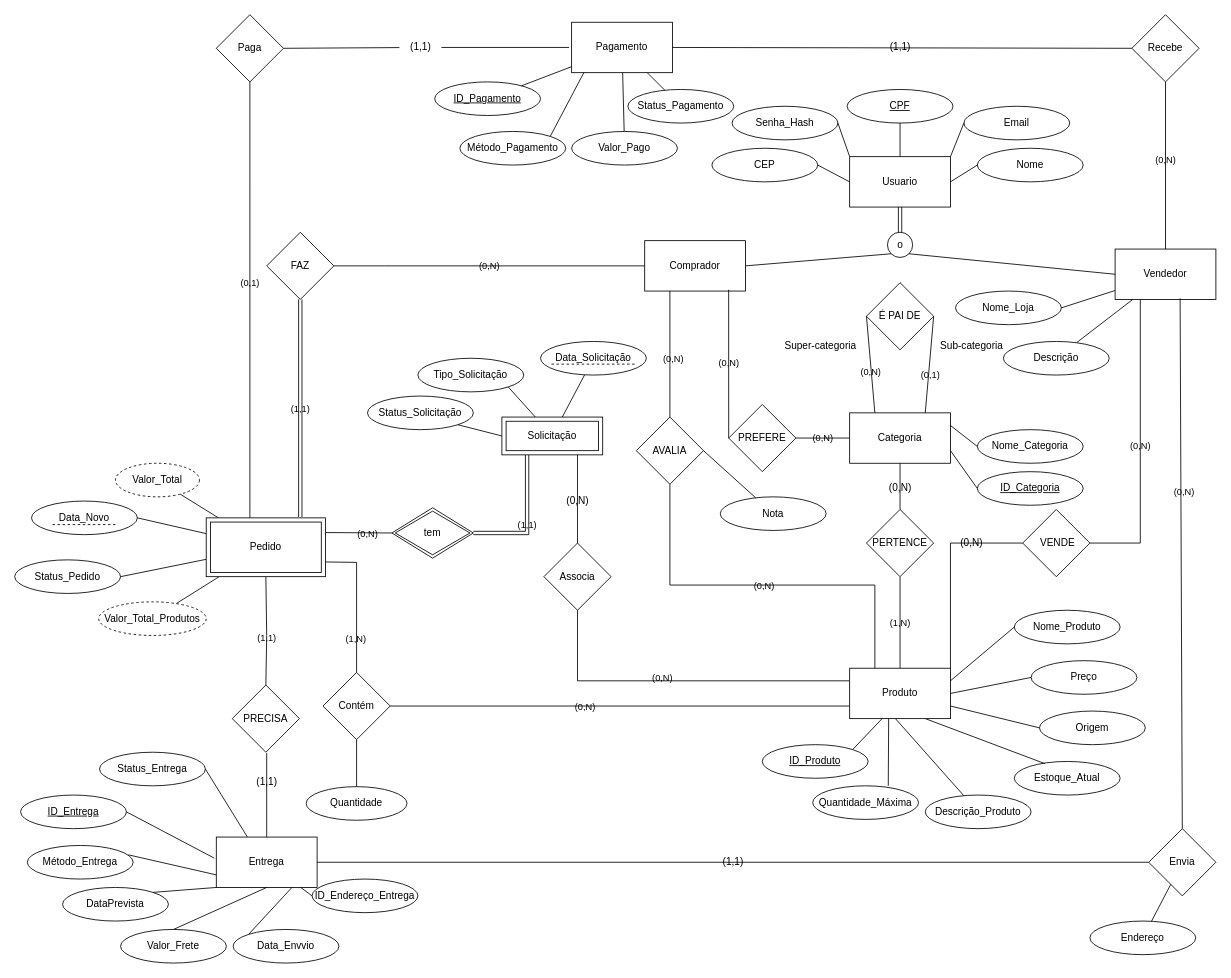
The draw.io diagram database/diagrams/DEER final (min,max).drawio in Sepakku/trabalho-final-bd1, before the edit. Source tidied: cells renumbered, new cells numbered last; positions are measured from the earlier drawing's top-left corner, leaving out a move shared by most shapes. Both pictures are drawn from the tidied source at 84%, with x=0, y=0 at pixel (14, 14).
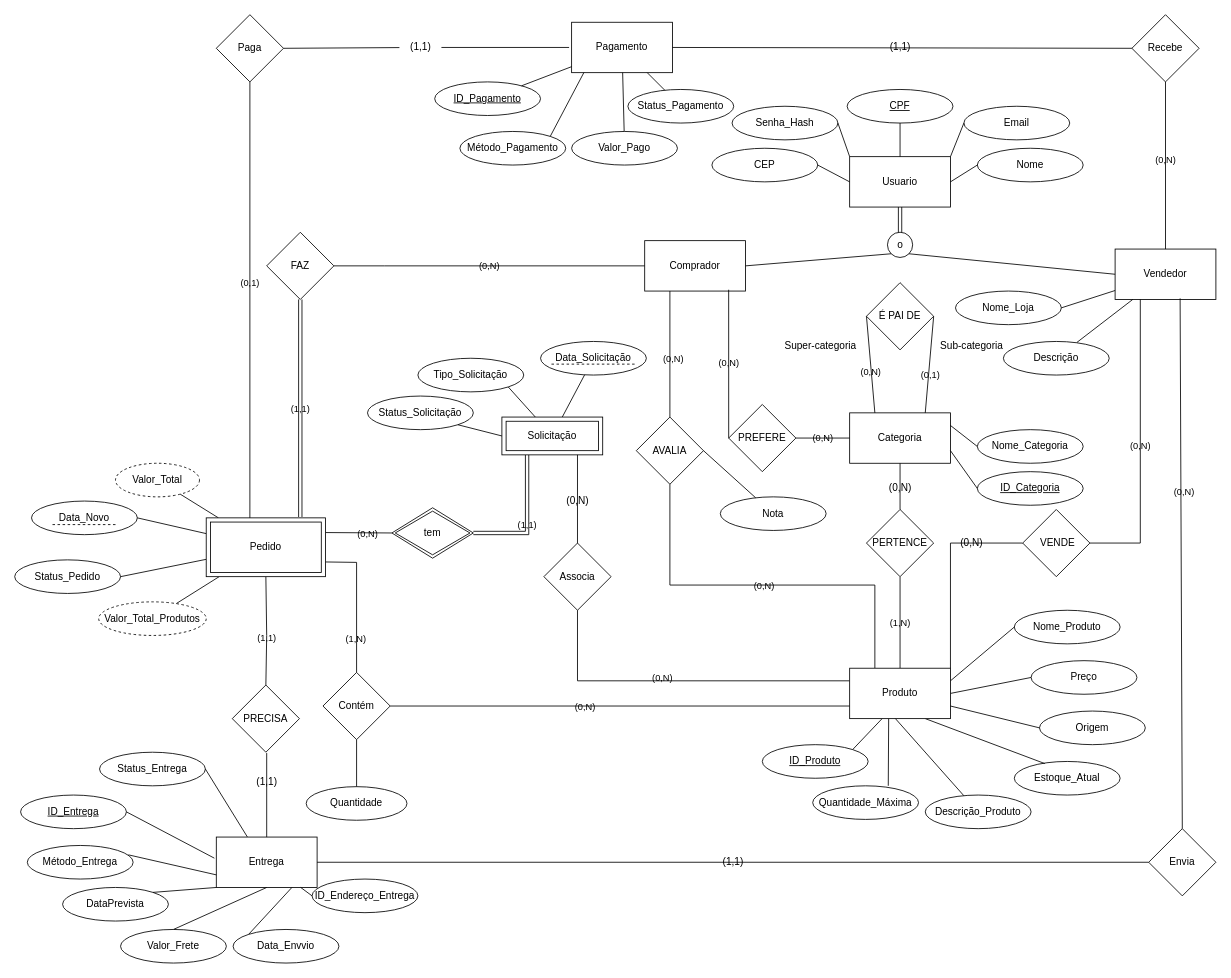
Above is the later version.

Unchanged cells that the change refers to:
```xml
<mxCell id="89" value="Envia" style="rhombus;whiteSpace=wrap;html=1;labelBackgroundColor=none;" parent="1" vertex="1">
  <mxGeometry x="1350" y="969" width="80" height="80" as="geometry" />
</mxCell>
```

What changed in the source:
```diff
@@
-    <mxCell id="133" value="Endereço" style="ellipse;whiteSpace=wrap;html=1;labelBackgroundColor=none;" parent="1" vertex="1">
-      <mxGeometry x="1280" y="1079" width="126" height="40" as="geometry" />
-    </mxCell>
-    <mxCell id="134" style="endArrow=none;html=1;rounded=0;labelBackgroundColor=none;fontColor=default;" parent="1" edge="1" source="89" target="133">
-      <mxGeometry relative="1" as="geometry" />
-    </mxCell>
```
